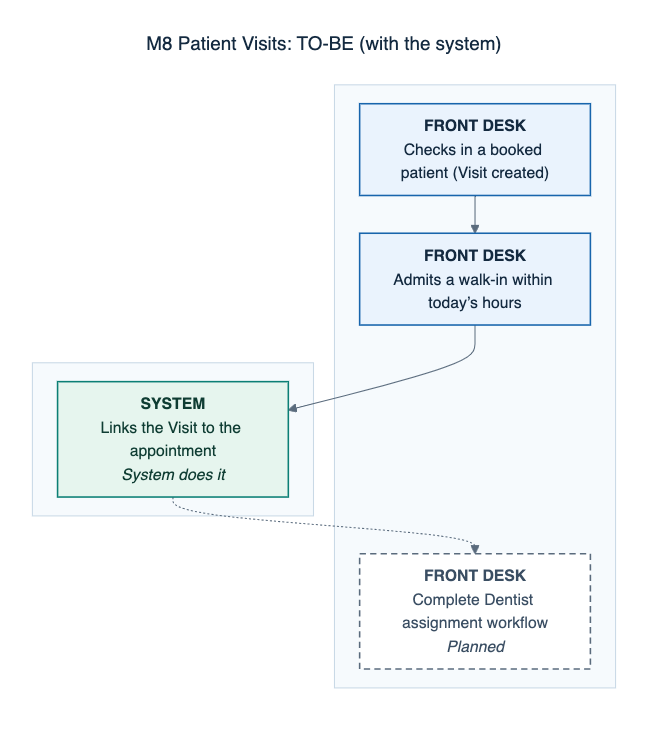
0phem/multibranch-dental-clinic keeps this Mermaid diagram as docs/defense/diagrams/png/M8-patient-visits-to-be.png. Above is the earlier version. Its source is kept beside it as docs/defense/diagrams/M8-patient-visits-to-be.mmd.
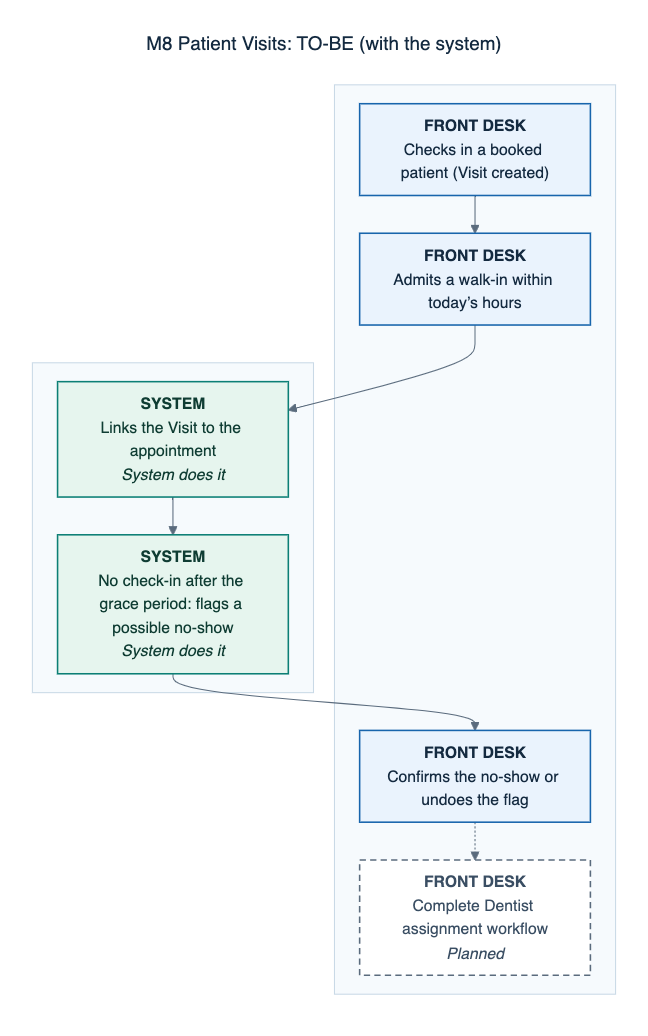
The same diagram one commit later.

Change to the diagram source:
```diff
@@ -6,15 +6,19 @@
     direction LR
       S0["<b>FRONT DESK</b><br/>Checks in a booked patient (Visit created)"]:::manual
       S1["<b>FRONT DESK</b><br/>Admits a walk-in within today’s hours"]:::manual
-      S3["<b>FRONT DESK</b><br/>Complete Dentist assignment workflow<br/><i>Planned</i>"]:::planned
+      S4["<b>FRONT DESK</b><br/>Confirms the no-show or undoes the flag"]:::manual
+      S5["<b>FRONT DESK</b><br/>Complete Dentist assignment workflow<br/><i>Planned</i>"]:::planned
     end
     subgraph L4[" "]
     direction LR
       S2["<b>SYSTEM</b><br/>Links the Visit to the appointment<br/><i>System does it</i>"]:::auto
+      S3["<b>SYSTEM</b><br/>No check-in after the grace period: flags a possible no-show<br/><i>System does it</i>"]:::auto
     end
     S0 --> S1
     S1 --> S2
-    S2 -.-> S3
+    S2 --> S3
+    S3 --> S4
+    S4 -.-> S5
     classDef cited fill:#eaf3fd,stroke:#1865ac,color:#142a40,stroke-width:1.5px
     classDef confirm fill:#fffaf0,stroke:#b26a00,color:#5e3c00,stroke-width:1.5px,stroke-dasharray:6 4
     classDef auto fill:#e6f5ee,stroke:#0c7f75,color:#0f3d33,stroke-width:1.5px
```
